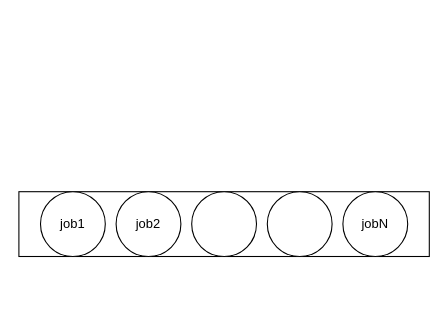
yuyilei/Daily-Notes keeps this draw.io diagram as picture/job priority queue.drawio. Above is the earlier version. Source tidied: cells renumbered, new cells numbered last; positions are measured from the earlier drawing's top-left corner, leaving out a move shared by most shapes. Both pictures are drawn from the tidied source at 108%, with x=0, y=0 at pixel (18, 191).
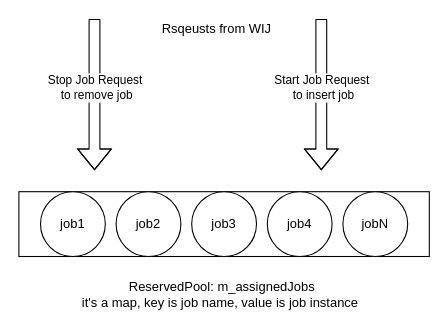
After the change.

Change to the diagram source:
```diff
@@
 <mxGraphModel>
   <root>
     <mxCell id="0" />
     <mxCell id="1" parent="0" />
     <mxCell id="2" style="rounded=0;whiteSpace=wrap;html=1;" parent="1" vertex="1">
       <mxGeometry width="380" height="60" as="geometry" />
     </mxCell>
     <mxCell id="3" value="job1" style="ellipse;whiteSpace=wrap;html=1;" parent="1" vertex="1">
       <mxGeometry x="20" width="60" height="60" as="geometry" />
     </mxCell>
     <mxCell id="4" value="job2" style="ellipse;whiteSpace=wrap;html=1;" parent="1" vertex="1">
       <mxGeometry x="90" width="60" height="60" as="geometry" />
     </mxCell>
-    <mxCell id="5" style="ellipse;whiteSpace=wrap;html=1;" parent="1" vertex="1">
+    <mxCell id="5" value="job3" style="ellipse;whiteSpace=wrap;html=1;" parent="1" vertex="1">
       <mxGeometry x="160" width="60" height="60" as="geometry" />
     </mxCell>
-    <mxCell id="6" style="ellipse;whiteSpace=wrap;html=1;" parent="1" vertex="1">
+    <mxCell id="6" value="job4" style="ellipse;whiteSpace=wrap;html=1;" parent="1" vertex="1">
       <mxGeometry x="230" width="60" height="60" as="geometry" />
     </mxCell>
     <mxCell id="7" value="jobN" style="ellipse;whiteSpace=wrap;html=1;" parent="1" vertex="1">
       <mxGeometry x="300" width="60" height="60" as="geometry" />
     </mxCell>
+    <mxCell id="8" value="ReservedPool: m_assignedJobs&amp;nbsp;&lt;br&gt;it's a map, key is job name, value is job instance&amp;nbsp;&amp;nbsp;" style="text;html=1;strokeColor=none;fillColor=none;align=center;verticalAlign=middle;whiteSpace=wrap;rounded=0;" parent="1" vertex="1">
+      <mxGeometry x="55" y="80" width="270" height="30" as="geometry" />
+    </mxCell>
+    <mxCell id="9" style="shape=flexArrow;endArrow=classic;html=1;" parent="1" edge="1">
+      <mxGeometry relative="1" as="geometry">
+        <mxPoint x="70" y="-160" as="sourcePoint" />
+        <mxPoint x="70" y="-20" as="targetPoint" />
+        <Array as="points">
+          <mxPoint x="70" y="-80" />
+        </Array>
+      </mxGeometry>
+    </mxCell>
+    <mxCell id="10" value="Stop Job Request&amp;nbsp;&lt;br&gt;to remove job" style="edgeLabel;html=1;align=center;verticalAlign=middle;" parent="9" vertex="1">
+      <mxGeometry x="0.14" y="17" relative="1" as="geometry">
+        <mxPoint x="-16" y="-17" as="offset" />
+      </mxGeometry>
+    </mxCell>
+    <mxCell id="11" style="shape=flexArrow;endArrow=classic;html=1;" parent="1" edge="1">
+      <mxGeometry relative="1" as="geometry">
+        <mxPoint x="280" y="-160" as="sourcePoint" />
+        <mxPoint x="280" y="-20" as="targetPoint" />
+        <Array as="points">
+          <mxPoint x="280" y="-80" />
+        </Array>
+      </mxGeometry>
+    </mxCell>
+    <mxCell id="12" value="Start Job Request&amp;nbsp;&lt;br&gt;to insert job" style="edgeLabel;html=1;align=center;verticalAlign=middle;" parent="11" vertex="1">
+      <mxGeometry x="0.14" y="17" relative="1" as="geometry">
+        <mxPoint x="-16" y="-17" as="offset" />
+      </mxGeometry>
+    </mxCell>
+    <mxCell id="13" value="Rsqeusts from WIJ&amp;nbsp;" style="text;html=1;strokeColor=none;fillColor=none;align=center;verticalAlign=middle;whiteSpace=wrap;rounded=0;" parent="1" vertex="1">
+      <mxGeometry x="130" y="-160" width="110" height="20" as="geometry" />
+    </mxCell>
   </root>
 </mxGraphModel>
```
